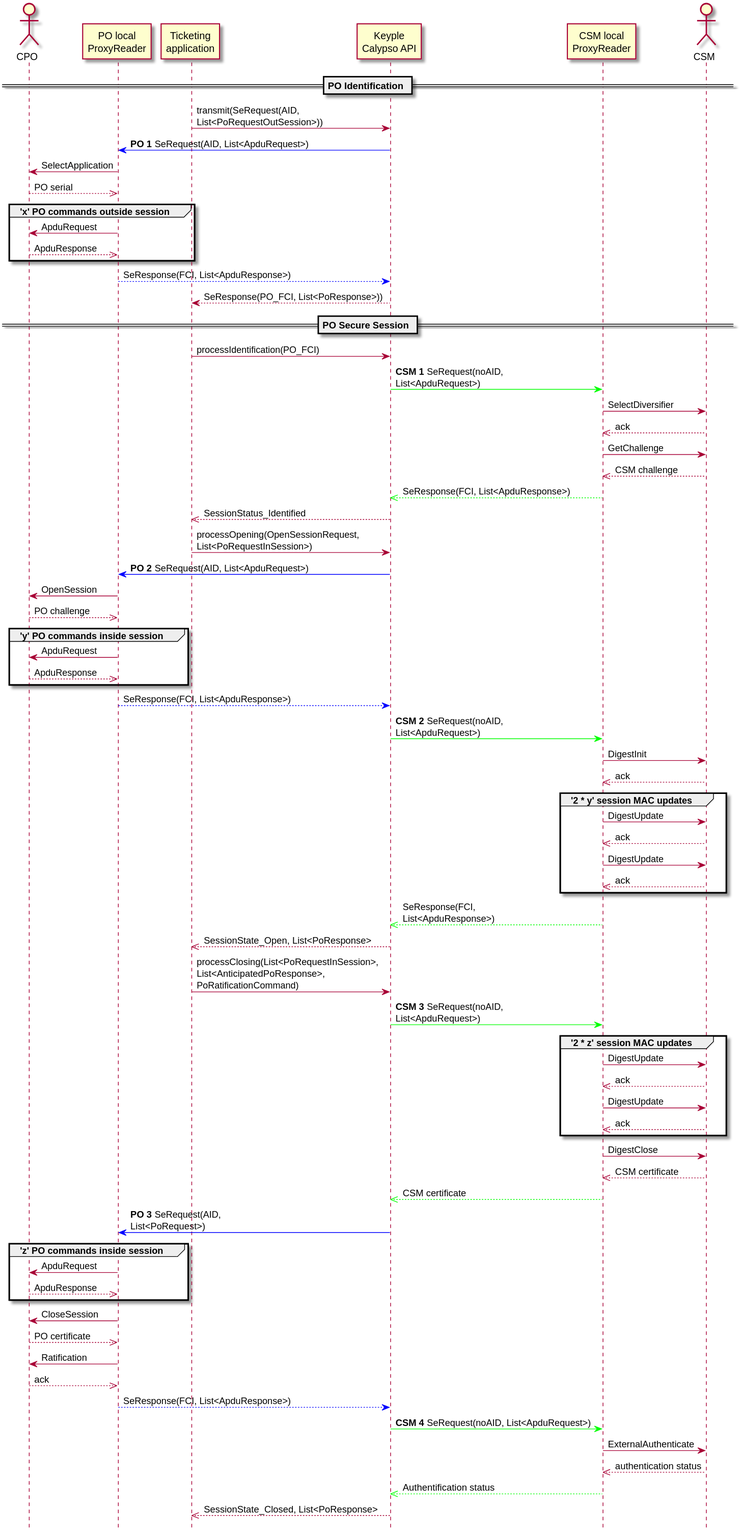
The PlantUML diagram keyple-extension-calypso-spec/img/uml-sequenceDiagram-CalypsoTransaction-3stepsecureSession.svg in yvonneyam/keyple-doc-yy, before a commit.
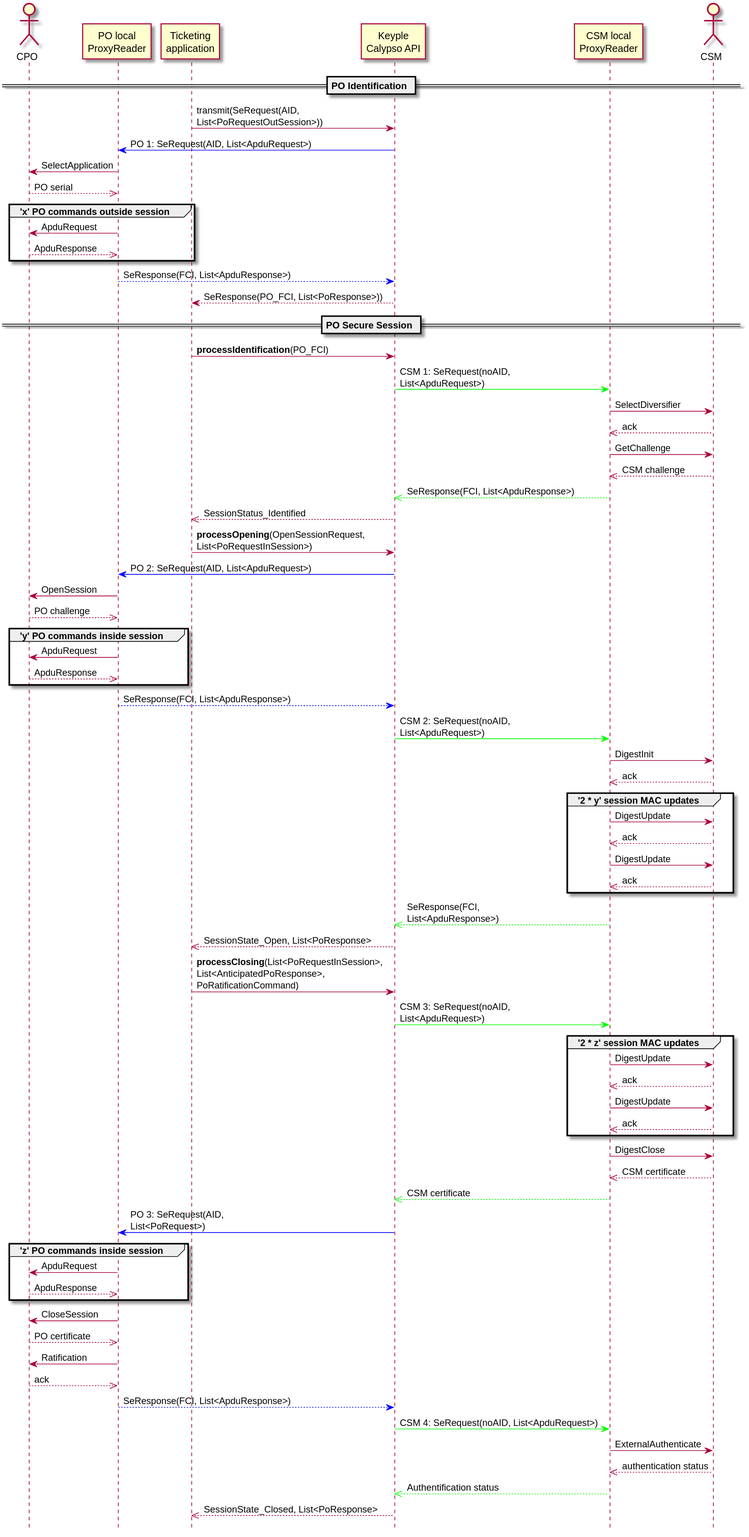
After the commit.

The edit, as a diff of the source:
```diff
@@ -11,7 +11,7 @@
 == PO Identification ==
 
 TA->KC: transmit(SeRequest(AID,\nList<PoRequestOutSession>))
-POR<[#0000FF]-KC: **PO 1** SeRequest(AID, List<ApduRequest>)
+POR<[#0000FF]-KC: PO 1: SeRequest(AID, List<ApduRequest>)
 PO<-POR: SelectApplication
 PO-->>POR: PO serial
 group 'x' PO commands outside session
@@ -23,8 +23,8 @@
 
 == PO Secure Session ==
 
-TA->KC: processIdentification(PO_FCI)
-KC-[#00FF00]>SMR: **CSM 1** SeRequest(noAID,\nList<ApduRequest>)
+TA->KC: **processIdentification**(PO_FCI)
+KC-[#00FF00]>SMR: CSM 1: SeRequest(noAID,\nList<ApduRequest>)
 SMR->SM: SelectDiversifier
 SMR<<--SM: ack
 SMR->SM: GetChallenge
@@ -32,8 +32,8 @@
 KC<<[#00FF00]--SMR: SeResponse(FCI, List<ApduResponse>)
 TA<<--KC: SessionStatus_Identified
 
-TA->KC: processOpening(OpenSessionRequest,\nList<PoRequestInSession>)
-POR<[#0000FF]-KC: **PO 2** SeRequest(AID, List<ApduRequest>)
+TA->KC: **processOpening**(OpenSessionRequest,\nList<PoRequestInSession>)
+POR<[#0000FF]-KC: PO 2: SeRequest(AID, List<ApduRequest>)
 PO<-POR: OpenSession
 PO-->>POR: PO challenge
 group 'y' PO commands inside session
@@ -41,7 +41,7 @@
 PO-->>POR: ApduResponse
 end
 POR--[#0000FF]>KC: SeResponse(FCI, List<ApduResponse>)
-KC-[#00FF00]>SMR: **CSM 2** SeRequest(noAID,\nList<ApduRequest>)
+KC-[#00FF00]>SMR: CSM 2: SeRequest(noAID,\nList<ApduRequest>)
 SMR->SM: DigestInit
 SMR<<--SM:ack
 group '2 * y' session MAC updates
@@ -53,8 +53,8 @@
 KC<<[#00FF00]--SMR: SeResponse(FCI,\nList<ApduResponse>)
 TA<<--KC: SessionState_Open, List<PoResponse>
 
-TA->KC: processClosing(List<PoRequestInSession>,\nList<AnticipatedPoResponse>,\nPoRatificationCommand)
-KC-[#00FF00]>SMR: **CSM 3** SeRequest(noAID,\nList<ApduRequest>)
+TA->KC: **processClosing**(List<PoRequestInSession>,\nList<AnticipatedPoResponse>,\nPoRatificationCommand)
+KC-[#00FF00]>SMR: CSM 3: SeRequest(noAID,\nList<ApduRequest>)
 group '2 * z' session MAC updates
 SMR->SM: DigestUpdate
 SMR<<--SM: ack
@@ -64,7 +64,7 @@
 SMR->SM: DigestClose
 SMR<<--SM: CSM certificate
 KC<<[#00FF00]--SMR: CSM certificate
-POR<[#0000FF]-KC: **PO 3** SeRequest(AID,\nList<PoRequest>)
+POR<[#0000FF]-KC: PO 3: SeRequest(AID,\nList<PoRequest>)
 group 'z' PO commands inside session
 PO<-POR: ApduRequest
 PO-->>POR: ApduResponse
@@ -74,7 +74,7 @@
 PO<-POR: Ratification
 PO-->>POR: ack
 POR--[#0000FF]>KC: SeResponse(FCI, List<ApduResponse>)
-KC-[#00FF00]>SMR: **CSM 4** SeRequest(noAID, List<ApduRequest>)
+KC-[#00FF00]>SMR: CSM 4: SeRequest(noAID, List<ApduRequest>)
 SMR->SM: ExternalAuthenticate
 SMR<<--SM: authentication status
 KC<<[#00FF00]--SMR: Authentification status
```
